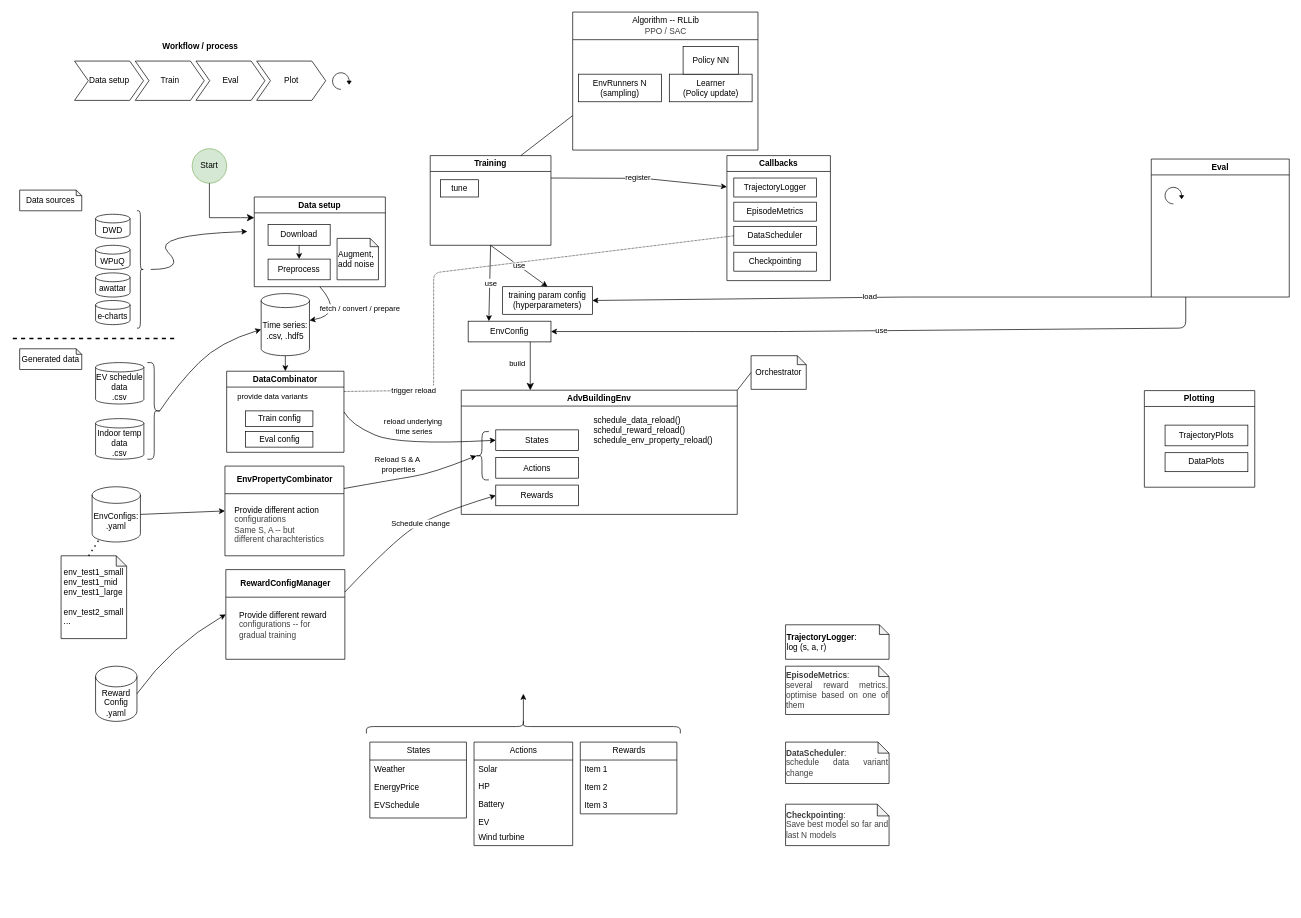
Earlier version of the draw.io diagram docs/architecture.drawio (vince-pongracz/AdvBuildingGym). Source tidied: cells renumbered, new cells numbered last; positions are measured from the earlier drawing's top-left corner, leaving out a move shared by most shapes. Both pictures are drawn from the tidied source at 69%, with x=0, y=0 at pixel (12, 12).
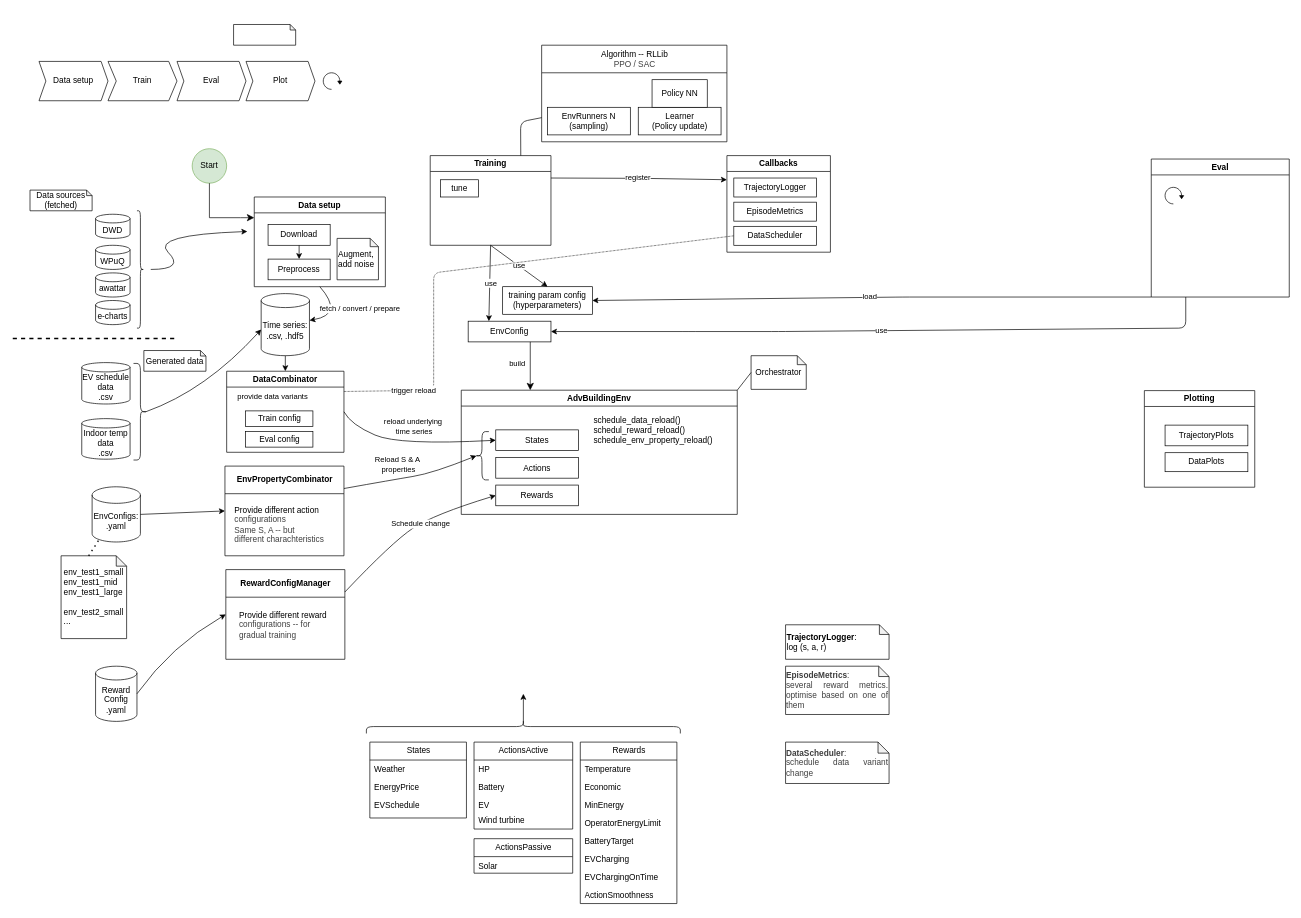
The same diagram, later.

The change refers to these unchanged cells:
```xml
<mxCell id="23" value="Time series:&lt;div&gt;.csv, .hdf5&lt;/div&gt;" style="shape=cylinder3;whiteSpace=wrap;html=1;boundedLbl=1;backgroundOutline=1;size=10.137931034482733;" parent="1" vertex="1">
  <mxGeometry x="360" y="408" width="70" height="90" as="geometry" />
</mxCell>
<mxCell id="33" value="Training" style="swimlane;whiteSpace=wrap;html=1;" parent="1" vertex="1">
  <mxGeometry x="605" y="208" width="175" height="130" as="geometry" />
</mxCell>
```

Diff of the diagram source:
```diff
@@
-    <mxCell id="13" value="Actions" style="swimlane;fontStyle=0;horizontal=1;startSize=26;fillColor=none;html=1;fontSize=12;" parent="1" vertex="1">
-      <mxGeometry x="668.5" y="1058" width="143" height="150" as="geometry" />
+    <mxCell id="13" value="ActionsActive" style="swimlane;fontStyle=0;horizontal=1;startSize=26;fillColor=none;html=1;fontSize=12;" parent="1" vertex="1">
+      <mxGeometry x="668.5" y="1058" width="143" height="126" as="geometry" />
     </mxCell>
-    <mxCell id="14" value="Solar" style="text;strokeColor=none;fillColor=none;align=left;verticalAlign=top;spacingLeft=4;spacingRight=4;overflow=hidden;whiteSpace=wrap;html=1;" parent="13" vertex="1">
-      <mxGeometry y="26" width="143" height="24" as="geometry" />
-    </mxCell>
     <mxCell id="15" value="HP" style="text;strokeColor=none;fillColor=none;align=left;verticalAlign=top;spacingLeft=4;spacingRight=4;overflow=hidden;whiteSpace=wrap;html=1;" parent="13" vertex="1">
-      <mxGeometry y="50" width="143" height="26" as="geometry" />
+      <mxGeometry y="26" width="143" height="26" as="geometry" />
     </mxCell>
     <mxCell id="16" value="Battery" style="text;strokeColor=none;fillColor=none;align=left;verticalAlign=top;spacingLeft=4;spacingRight=4;overflow=hidden;whiteSpace=wrap;html=1;" parent="13" vertex="1">
-      <mxGeometry y="76" width="143" height="26" as="geometry" />
+      <mxGeometry y="52" width="143" height="26" as="geometry" />
     </mxCell>
     <mxCell id="17" value="EV" style="text;strokeColor=none;fillColor=none;align=left;verticalAlign=top;spacingLeft=4;spacingRight=4;overflow=hidden;whiteSpace=wrap;html=1;" parent="13" vertex="1">
-      <mxGeometry y="102" width="143" height="22" as="geometry" />
+      <mxGeometry y="78" width="143" height="22" as="geometry" />
     </mxCell>
     <mxCell id="18" value="Wind turbine" style="text;strokeColor=none;fillColor=none;align=left;verticalAlign=top;spacingLeft=4;spacingRight=4;overflow=hidden;whiteSpace=wrap;html=1;" parent="13" vertex="1">
-      <mxGeometry y="124" width="143" height="26" as="geometry" />
+      <mxGeometry y="100" width="143" height="26" as="geometry" />
     </mxCell>
     <mxCell id="19" value="Rewards" style="swimlane;fontStyle=0;horizontal=1;startSize=26;fillColor=none;html=1;" parent="1" vertex="1">
-      <mxGeometry x="822.5" y="1058" width="140" height="104" as="geometry" />
+      <mxGeometry x="822.5" y="1058" width="140" height="234" as="geometry" />
     </mxCell>
-    <mxCell id="20" value="Item 1" style="text;strokeColor=none;fillColor=none;align=left;verticalAlign=top;spacingLeft=4;spacingRight=4;overflow=hidden;whiteSpace=wrap;html=1;" parent="19" vertex="1">
+    <mxCell id="20" value="Temperature" style="text;strokeColor=none;fillColor=none;align=left;verticalAlign=top;spacingLeft=4;spacingRight=4;overflow=hidden;whiteSpace=wrap;html=1;" parent="19" vertex="1">
       <mxGeometry y="26" width="140" height="26" as="geometry" />
     </mxCell>
-    <mxCell id="21" value="Item 2" style="text;strokeColor=none;fillColor=none;align=left;verticalAlign=top;spacingLeft=4;spacingRight=4;overflow=hidden;whiteSpace=wrap;html=1;" parent="19" vertex="1">
+    <mxCell id="21" value="Economic" style="text;strokeColor=none;fillColor=none;align=left;verticalAlign=top;spacingLeft=4;spacingRight=4;overflow=hidden;whiteSpace=wrap;html=1;" parent="19" vertex="1">
       <mxGeometry y="52" width="140" height="26" as="geometry" />
     </mxCell>
-    <mxCell id="22" value="Item 3" style="text;strokeColor=none;fillColor=none;align=left;verticalAlign=top;spacingLeft=4;spacingRight=4;overflow=hidden;whiteSpace=wrap;html=1;" parent="19" vertex="1">
+    <mxCell id="22" value="MinEnergy" style="text;strokeColor=none;fillColor=none;align=left;verticalAlign=top;spacingLeft=4;spacingRight=4;overflow=hidden;whiteSpace=wrap;html=1;" parent="19" vertex="1">
       <mxGeometry y="78" width="140" height="26" as="geometry" />
     </mxCell>
+    <mxCell id="113" value="OperatorEnergyLimit" style="text;strokeColor=none;fillColor=none;align=left;verticalAlign=top;spacingLeft=4;spacingRight=4;overflow=hidden;whiteSpace=wrap;html=1;" parent="19" vertex="1">
+      <mxGeometry y="104" width="140" height="26" as="geometry" />
+    </mxCell>
+    <mxCell id="114" value="BatteryTarget" style="text;strokeColor=none;fillColor=none;align=left;verticalAlign=top;spacingLeft=4;spacingRight=4;overflow=hidden;whiteSpace=wrap;html=1;" parent="19" vertex="1">
+      <mxGeometry y="130" width="140" height="26" as="geometry" />
+    </mxCell>
+    <mxCell id="115" value="EVCharging" style="text;strokeColor=none;fillColor=none;align=left;verticalAlign=top;spacingLeft=4;spacingRight=4;overflow=hidden;whiteSpace=wrap;html=1;" parent="19" vertex="1">
+      <mxGeometry y="156" width="140" height="26" as="geometry" />
+    </mxCell>
+    <mxCell id="116" value="EVChargingOnTime" style="text;strokeColor=none;fillColor=none;align=left;verticalAlign=top;spacingLeft=4;spacingRight=4;overflow=hidden;whiteSpace=wrap;html=1;" parent="19" vertex="1">
+      <mxGeometry y="182" width="140" height="26" as="geometry" />
+    </mxCell>
+    <mxCell id="117" value="ActionSmoothness" style="text;strokeColor=none;fillColor=none;align=left;verticalAlign=top;spacingLeft=4;spacingRight=4;overflow=hidden;whiteSpace=wrap;html=1;" parent="19" vertex="1">
+      <mxGeometry y="208" width="140" height="26" as="geometry" />
+    </mxCell>
@@
     <mxCell id="50" value="Callbacks" style="swimlane;whiteSpace=wrap;html=1;" parent="1" vertex="1">
-      <mxGeometry x="1035" y="208" width="150" height="181.2" as="geometry" />
+      <mxGeometry x="1035" y="208" width="150" height="140" as="geometry" />
     </mxCell>
@@
-    <mxCell id="54" value="Checkpointing" style="rounded=0;whiteSpace=wrap;html=1;" parent="50" vertex="1">
-      <mxGeometry x="10" y="140" width="120" height="27.5" as="geometry" />
-    </mxCell>
@@
-    <mxCell id="60" value="&lt;div style=&quot;text-align: justify; color: rgb(63, 63, 63); scrollbar-color: rgb(226, 226, 226) rgb(251, 251, 251);&quot;&gt;&lt;b&gt;Checkpointing&lt;/b&gt;:&lt;/div&gt;&lt;div style=&quot;text-align: justify; color: rgb(63, 63, 63); scrollbar-color: rgb(226, 226, 226) rgb(251, 251, 251);&quot;&gt;Save best model so far and last N models&lt;/div&gt;" style="shape=note;whiteSpace=wrap;html=1;backgroundOutline=1;darkOpacity=0.05;size=17;" parent="1" vertex="1">
-      <mxGeometry x="1120" y="1148" width="150" height="60" as="geometry" />
-    </mxCell>
@@
-    <mxCell id="76" value="Data sources" style="shape=note;whiteSpace=wrap;html=1;backgroundOutline=1;darkOpacity=0.05;size=8;" parent="1" vertex="1">
-      <mxGeometry x="10" y="258" width="90" height="30" as="geometry" />
+    <mxCell id="76" value="Data sources&lt;div&gt;(fetched)&lt;/div&gt;" style="shape=note;whiteSpace=wrap;html=1;backgroundOutline=1;darkOpacity=0.05;size=8;" parent="1" vertex="1">
+      <mxGeometry x="25" y="258" width="90" height="30" as="geometry" />
     </mxCell>
@@
     <mxCell id="78" value="EV schedule data&lt;div&gt;.csv&lt;/div&gt;" style="shape=cylinder3;whiteSpace=wrap;html=1;boundedLbl=1;backgroundOutline=1;size=6.75;" parent="1" vertex="1">
-      <mxGeometry x="120" y="508" width="70" height="60" as="geometry" />
+      <mxGeometry x="100" y="508" width="70" height="60" as="geometry" />
     </mxCell>
     <mxCell id="79" style="curved=1;endArrow=classic;html=1;entryX=0;entryY=0.578;entryDx=0;entryDy=0;entryPerimeter=0;exitX=0.1;exitY=0.5;exitDx=0;exitDy=0;exitPerimeter=0;" parent="1" edge="1" source="104" target="23">
       <mxGeometry relative="1" as="geometry">
         <Array as="points">
-          <mxPoint x="240" y="538" />
-          <mxPoint x="300" y="478" />
+          <mxPoint x="280" y="548" />
         </Array>
       </mxGeometry>
     </mxCell>
@@
-    <mxCell id="84" value="Workflow / process" style="swimlane;horizontal=1;fillColor=none;strokeColor=none;stackBorder=10;align=center;whiteSpace=wrap;html=1;" parent="1" vertex="1">
-      <mxGeometry x="79.5" y="38" width="384" height="100" as="geometry" />
-    </mxCell>
-    <mxCell id="85" value="Data setup" style="shape=step;perimeter=stepPerimeter;fixedSize=1;whiteSpace=wrap;html=1;size=20;" parent="84" vertex="1">
-      <mxGeometry x="10" y="33" width="100" height="57" as="geometry" />
-    </mxCell>
-    <mxCell id="86" value="Train" style="shape=step;perimeter=stepPerimeter;fixedSize=1;whiteSpace=wrap;html=1;" parent="84" vertex="1">
-      <mxGeometry x="98" y="33" width="100" height="57" as="geometry" />
-    </mxCell>
-    <mxCell id="87" value="Eval" style="shape=step;perimeter=stepPerimeter;fixedSize=1;whiteSpace=wrap;html=1;" parent="84" vertex="1">
-      <mxGeometry x="186" y="33" width="100" height="57" as="geometry" />
-    </mxCell>
-    <mxCell id="88" value="Plot" style="shape=step;perimeter=stepPerimeter;fixedSize=1;whiteSpace=wrap;html=1;" parent="84" vertex="1">
-      <mxGeometry x="274" y="33" width="100" height="57" as="geometry" />
-    </mxCell>
     <mxCell id="89" style="html=1;verticalLabelPosition=bottom;align=center;labelBackgroundColor=#ffffff;verticalAlign=top;strokeWidth=1;strokeColor=#000000;shadow=0;dashed=0;shape=mxgraph.ios7.icons.reload;fillColor=#000000;rotation=0;direction=south;" parent="1" vertex="1">
-      <mxGeometry x="463.5" y="88" width="27" height="24" as="geometry" />
+      <mxGeometry x="450" y="88" width="27" height="24" as="geometry" />
     </mxCell>
     <mxCell id="90" style="endArrow=none;html=1;exitX=0.75;exitY=0;exitDx=0;exitDy=0;entryX=0;entryY=0.75;entryDx=0;entryDy=0;" parent="1" edge="1" source="33" target="109">
-      <mxGeometry relative="1" as="geometry" />
+      <mxGeometry relative="1" as="geometry">
+        <Array as="points">
+          <mxPoint x="736" y="159" />
+        </Array>
+      </mxGeometry>
     </mxCell>
@@
-    <mxCell id="100" value="Reward&lt;div&gt;Config&lt;/div&gt;&lt;div&gt;.yaml&lt;/div&gt;" style="shape=cylinder3;whiteSpace=wrap;html=1;boundedLbl=1;backgroundOutline=1;size=15;" parent="1" vertex="1">
+    <mxCell id="100" value="Reward&lt;div&gt;Config&lt;/div&gt;&lt;div&gt;.yaml&lt;/div&gt;" style="shape=cylinder3;whiteSpace=wrap;html=1;boundedLbl=1;backgroundOutline=1;size=10;" parent="1" vertex="1">
       <mxGeometry x="120" y="948" width="60" height="80" as="geometry" />
     </mxCell>
@@
     <mxCell id="103" value="Indoor temp data&lt;div&gt;.csv&lt;/div&gt;" style="shape=cylinder3;whiteSpace=wrap;html=1;boundedLbl=1;backgroundOutline=1;size=6.75;" parent="1" vertex="1">
-      <mxGeometry x="120" y="589.2" width="70" height="58.8" as="geometry" />
+      <mxGeometry x="100" y="589.2" width="70" height="58.8" as="geometry" />
     </mxCell>
     <mxCell id="104" style="shape=curlyBracket;whiteSpace=wrap;html=1;rounded=1;flipH=1;labelPosition=right;verticalLabelPosition=middle;align=left;verticalAlign=middle;" parent="1" vertex="1">
-      <mxGeometry x="195" y="508" width="20" height="140" as="geometry" />
+      <mxGeometry x="175" y="509.2" width="20" height="140" as="geometry" />
     </mxCell>
     <mxCell id="105" value="Generated data" style="shape=note;whiteSpace=wrap;html=1;backgroundOutline=1;darkOpacity=0.05;size=8;" parent="1" vertex="1">
-      <mxGeometry x="10" y="488" width="90" height="30" as="geometry" />
+      <mxGeometry x="190" y="490.5" width="90" height="30" as="geometry" />
     </mxCell>
@@
     <mxCell id="109" value="&lt;span style=&quot;color: rgb(0, 0, 0); font-weight: 400;&quot;&gt;Algorithm -- RLLib&lt;/span&gt;&lt;div style=&quot;color: rgb(63, 63, 63); scrollbar-color: rgb(226, 226, 226) rgb(251, 251, 251); font-weight: 400;&quot;&gt;PPO / SAC&lt;/div&gt;" style="swimlane;whiteSpace=wrap;html=1;startSize=40;" parent="1" vertex="1">
-      <mxGeometry x="811.5" width="268.5" height="200" as="geometry" />
+      <mxGeometry x="766.5" y="48" width="268.5" height="140" as="geometry" />
     </mxCell>
@@
+    <mxCell id="118" style="shape=note;whiteSpace=wrap;html=1;backgroundOutline=1;darkOpacity=0.05;size=8;" parent="1" vertex="1">
+      <mxGeometry x="320" y="18" width="90" height="30" as="geometry" />
+    </mxCell>
+    <mxCell id="88" value="Plot" style="shape=step;perimeter=stepPerimeter;fixedSize=1;whiteSpace=wrap;html=1;size=10;" parent="1" vertex="1">
+      <mxGeometry x="338" y="71.5" width="100" height="57" as="geometry" />
+    </mxCell>
+    <mxCell id="87" value="Eval" style="shape=step;perimeter=stepPerimeter;fixedSize=1;whiteSpace=wrap;html=1;size=10;" parent="1" vertex="1">
+      <mxGeometry x="238" y="71.5" width="100" height="57" as="geometry" />
+    </mxCell>
+    <mxCell id="86" value="Train" style="shape=step;perimeter=stepPerimeter;fixedSize=1;whiteSpace=wrap;html=1;size=12;" parent="1" vertex="1">
+      <mxGeometry x="138" y="71.5" width="100" height="57" as="geometry" />
+    </mxCell>
+    <mxCell id="85" value="Data setup" style="shape=step;perimeter=stepPerimeter;fixedSize=1;whiteSpace=wrap;html=1;size=10;" parent="1" vertex="1">
+      <mxGeometry x="38" y="71.5" width="100" height="57" as="geometry" />
+    </mxCell>
+    <mxCell id="119" value="ActionsPassive" style="swimlane;fontStyle=0;horizontal=1;startSize=26;fillColor=none;html=1;fontSize=12;" parent="1" vertex="1">
+      <mxGeometry x="668.5" y="1198" width="143" height="50" as="geometry" />
+    </mxCell>
+    <mxCell id="14" value="Solar" style="text;strokeColor=none;fillColor=none;align=left;verticalAlign=top;spacingLeft=4;spacingRight=4;overflow=hidden;whiteSpace=wrap;html=1;" parent="119" vertex="1">
+      <mxGeometry y="26" width="143" height="24" as="geometry" />
+    </mxCell>
```
